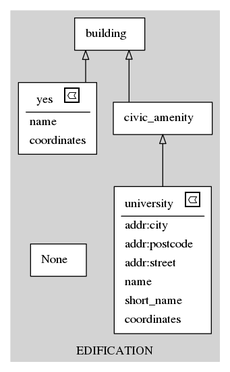
Above: schema.gv.png in vinisperandio/OSM2Diagram_optmizated (Graphviz), before the change. Its source is kept beside it as schema.gv.
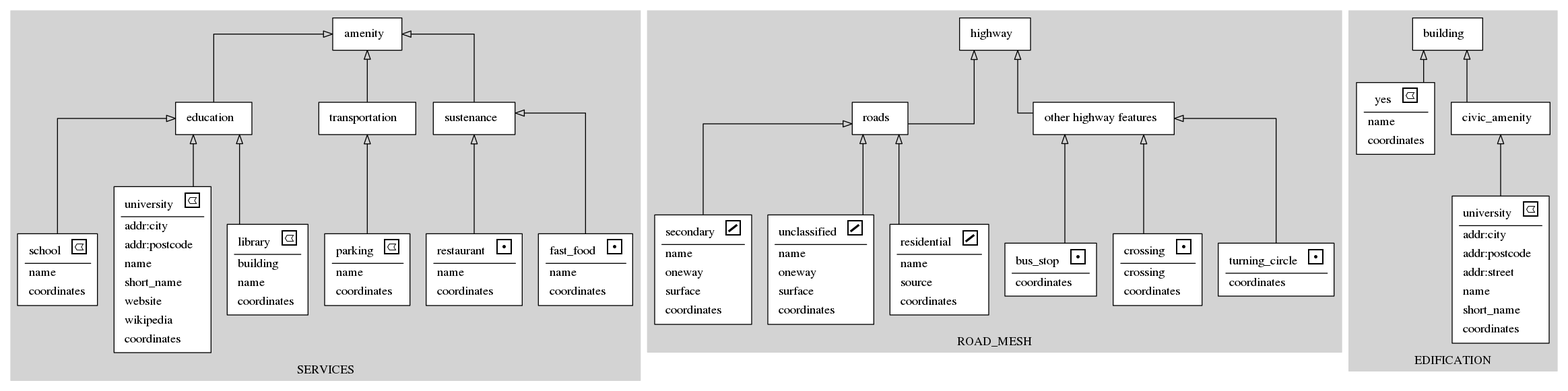
The same file after the commit.

The edit, as a diff of the source:
```diff
@@ -1,10 +1,267 @@
 digraph structs {
 	node [shape=box]
+	subgraph cluster_DIVERSION {
+		node [color=black style=filled]
+		color=lightgrey style=filled
+		label=DIVERSION
+	}
+	subgraph cluster_SERVICES {
+		node [color=black style=filled]
+		color=lightgrey style=filled
+		label=SERVICES
+		0[style = "filled, bold" penwidth = "1" fillcolor="white" label=<
+			<TABLE color="black" border="0">
+			 <TR>
+				<TD align="center"><font color="black">fast_food</font>
+				<font FACE="sigmoda" POINT-SIZE="20.0"> b</font></TD>
+			</TR>
+			<hr/>
+			<TR>
+				<TD align="left">name</TD>
+			 </TR>
+			<TR>
+				<TD align="left">coordinates</TD>
+			 </TR>
+			</TABLE>>]
+		1[style = "filled, bold" penwidth = "1" fillcolor="white" label=<
+			<TABLE color="black" border="0">
+			 <TR>
+				<TD align="center"><font color="black">amenity</font>  </TD>
+			</TR>
+			</TABLE>>]
+		2[style = "filled, bold" penwidth = "1" fillcolor="white" label=<
+			<TABLE color="black" border="0">
+			 <TR>
+				<TD align="center"><font color="black">restaurant</font>
+				<font FACE="sigmoda" POINT-SIZE="20.0"> b</font></TD>
+			</TR>
+			<hr/>
+			<TR>
+				<TD align="left">name</TD>
+			 </TR>
+			<TR>
+				<TD align="left">coordinates</TD>
+			 </TR>
+			</TABLE>>]
+		3[style = "filled, bold" penwidth = "1" fillcolor="white" label=<
+			<TABLE color="black" border="0">
+			 <TR>
+				<TD align="center"><font color="black">library</font>
+				<font FACE="sigmoda" POINT-SIZE="20.0"> e</font></TD>
+			</TR>
+			<hr/>
+			<TR>
+				<TD align="left">building</TD>
+			 </TR>
+			<TR>
+				<TD align="left">name</TD>
+			 </TR>
+			<TR>
+				<TD align="left">coordinates</TD>
+			 </TR>
+			</TABLE>>]
+		4[style = "filled, bold" penwidth = "1" fillcolor="white" label=<
+			<TABLE color="black" border="0">
+			 <TR>
+				<TD align="center"><font color="black">parking</font>
+				<font FACE="sigmoda" POINT-SIZE="20.0"> e</font></TD>
+			</TR>
+			<hr/>
+			<TR>
+				<TD align="left">name</TD>
+			 </TR>
+			<TR>
+				<TD align="left">coordinates</TD>
+			 </TR>
+			</TABLE>>]
+		5[style = "filled, bold" penwidth = "1" fillcolor="white" label=<
+			<TABLE color="black" border="0">
+			 <TR>
+				<TD align="center"><font color="black">university</font>
+				<font FACE="sigmoda" POINT-SIZE="20.0"> e</font></TD>
+			</TR>
+			<hr/>
+			<TR>
+				<TD align="left">addr:city</TD>
+			 </TR>
+			<TR>
+				<TD align="left">addr:postcode</TD>
+			 </TR>
+			<TR>
+				<TD align="left">name</TD>
+			 </TR>
+			<TR>
+				<TD align="left">short_name</TD>
+			 </TR>
+			<TR>
+				<TD align="left">website</TD>
+			 </TR>
+			<TR>
+				<TD align="left">wikipedia</TD>
+			 </TR>
+			<TR>
+				<TD align="left">coordinates</TD>
+			 </TR>
+			</TABLE>>]
+		6[style = "filled, bold" penwidth = "1" fillcolor="white" label=<
+			<TABLE color="black" border="0">
+			 <TR>
+				<TD align="center"><font color="black">school</font>
+				<font FACE="sigmoda" POINT-SIZE="20.0"> e</font></TD>
+			</TR>
+			<hr/>
+			<TR>
+				<TD align="left">name</TD>
+			 </TR>
+			<TR>
+				<TD align="left">coordinates</TD>
+			 </TR>
+			</TABLE>>]
+		7[style = "filled, bold" penwidth = "1" fillcolor="white" label=<
+			<TABLE color="black" border="0">
+			 <TR>
+				<TD align="center"><font color="black">sustenance</font>  </TD>
+			</TR>
+			</TABLE>>]
+		8[style = "filled, bold" penwidth = "1" fillcolor="white" label=<
+			<TABLE color="black" border="0">
+			 <TR>
+				<TD align="center"><font color="black">education</font>  </TD>
+			</TR>
+			</TABLE>>]
+		9[style = "filled, bold" penwidth = "1" fillcolor="white" label=<
+			<TABLE color="black" border="0">
+			 <TR>
+				<TD align="center"><font color="black">transportation</font>  </TD>
+			</TR>
+			</TABLE>>]
+	}
+	subgraph cluster_HEALTH {
+		node [color=black style=filled]
+		color=lightgrey style=filled
+		label=HEALTH
+	}
+	subgraph cluster_ROAD_MESH {
+		node [color=black style=filled]
+		color=lightgrey style=filled
+		label=ROAD_MESH
+		10[style = "filled, bold" penwidth = "1" fillcolor="white" label=<
+			<TABLE color="black" border="0">
+			 <TR>
+				<TD align="center"><font color="black">turning_circle</font>
+				<font FACE="sigmoda" POINT-SIZE="20.0"> b</font></TD>
+			</TR>
+			<hr/>
+			<TR>
+				<TD align="left">coordinates</TD>
+			 </TR>
+			</TABLE>>]
+		11[style = "filled, bold" penwidth = "1" fillcolor="white" label=<
+			<TABLE color="black" border="0">
+			 <TR>
+				<TD align="center"><font color="black">highway</font>  </TD>
+			</TR>
+			</TABLE>>]
+		12[style = "filled, bold" penwidth = "1" fillcolor="white" label=<
+			<TABLE color="black" border="0">
+			 <TR>
+				<TD align="center"><font color="black">crossing</font>
+				<font FACE="sigmoda" POINT-SIZE="20.0"> b</font></TD>
+			</TR>
+			<hr/>
+			<TR>
+				<TD align="left">crossing</TD>
+			 </TR>
+			<TR>
+				<TD align="left">coordinates</TD>
+			 </TR>
+			</TABLE>>]
+		13[style = "filled, bold" penwidth = "1" fillcolor="white" label=<
+			<TABLE color="black" border="0">
+			 <TR>
+				<TD align="center"><font color="black">bus_stop</font>
+				<font FACE="sigmoda" POINT-SIZE="20.0"> b</font></TD>
+			</TR>
+			<hr/>
+			<TR>
+				<TD align="left">coordinates</TD>
+			 </TR>
+			</TABLE>>]
+		14[style = "filled, bold" penwidth = "1" fillcolor="white" label=<
+			<TABLE color="black" border="0">
+			 <TR>
+				<TD align="center"><font color="black">residential</font>
+				<font FACE="sigmoda" POINT-SIZE="20.0"> w</font></TD>
+			</TR>
+			<hr/>
+			<TR>
+				<TD align="left">name</TD>
+			 </TR>
+			<TR>
+				<TD align="left">source</TD>
+			 </TR>
+			<TR>
+				<TD align="left">coordinates</TD>
+			 </TR>
+			</TABLE>>]
+		15[style = "filled, bold" penwidth = "1" fillcolor="white" label=<
+			<TABLE color="black" border="0">
+			 <TR>
+				<TD align="center"><font color="black">unclassified</font>
+				<font FACE="sigmoda" POINT-SIZE="20.0"> w</font></TD>
+			</TR>
+			<hr/>
+			<TR>
+				<TD align="left">name</TD>
+			 </TR>
+			<TR>
+				<TD align="left">oneway</TD>
+			 </TR>
+			<TR>
+				<TD align="left">surface</TD>
+			 </TR>
+			<TR>
+				<TD align="left">coordinates</TD>
+			 </TR>
+			</TABLE>>]
+		16[style = "filled, bold" penwidth = "1" fillcolor="white" label=<
+			<TABLE color="black" border="0">
+			 <TR>
+				<TD align="center"><font color="black">secondary</font>
+				<font FACE="sigmoda" POINT-SIZE="20.0"> w</font></TD>
+			</TR>
+			<hr/>
+			<TR>
+				<TD align="left">name</TD>
+			 </TR>
+			<TR>
+				<TD align="left">oneway</TD>
+			 </TR>
+			<TR>
+				<TD align="left">surface</TD>
+			 </TR>
+			<TR>
+				<TD align="left">coordinates</TD>
+			 </TR>
+			</TABLE>>]
+		17[style = "filled, bold" penwidth = "1" fillcolor="white" label=<
+			<TABLE color="black" border="0">
+			 <TR>
+				<TD align="center"><font color="black">other highway features</font>  </TD>
+			</TR>
+			</TABLE>>]
+		18[style = "filled, bold" penwidth = "1" fillcolor="white" label=<
+			<TABLE color="black" border="0">
+			 <TR>
+				<TD align="center"><font color="black">roads</font>  </TD>
+			</TR>
+			</TABLE>>]
+	}
 	subgraph cluster_EDIFICATION {
 		node [color=black style=filled]
 		color=lightgrey style=filled
 		label=EDIFICATION
-		0[style = "filled, bold" penwidth = "1" fillcolor="white" label=<
+		19[style = "filled, bold" penwidth = "1" fillcolor="white" label=<
 			<TABLE color="black" border="0">
 			 <TR>
 				<TD align="center"><font color="black">university</font>
@@ -30,13 +287,13 @@
 				<TD align="left">coordinates</TD>
 			 </TR>
 			</TABLE>>]
-		1[style = "filled, bold" penwidth = "1" fillcolor="white" label=<
+		20[style = "filled, bold" penwidth = "1" fillcolor="white" label=<
 			<TABLE color="black" border="0">
 			 <TR>
 				<TD align="center"><font color="black">building</font>  </TD>
 			</TR>
 			</TABLE>>]
-		2[style = "filled, bold" penwidth = "1" fillcolor="white" label=<
+		21[style = "filled, bold" penwidth = "1" fillcolor="white" label=<
 			<TABLE color="black" border="0">
 			 <TR>
 				<TD align="center"><font color="black">yes</font>
@@ -50,22 +307,33 @@
 				<TD align="left">coordinates</TD>
 			 </TR>
 			</TABLE>>]
-		3[style = "filled, bold" penwidth = "1" fillcolor="white" label=<
+		22[style = "filled, bold" penwidth = "1" fillcolor="white" label=<
 			<TABLE color="black" border="0">
 			 <TR>
 				<TD align="center"><font color="black">civic_amenity</font>  </TD>
 			</TR>
 			</TABLE>>]
-		4[style = "filled, bold" penwidth = "1" fillcolor="white" label=<
-			<TABLE color="black" border="0">
-			 <TR>
-				<TD align="center"><font color="black">None</font>  </TD>
-			</TR>
-			</TABLE>>]
 	}
-		0 -> 3[arrowhead=onormal]
-		2 -> 1[arrowhead=onormal]
-		3 -> 1[arrowhead=onormal]
+		0 -> 7[arrowhead=onormal]
+		2 -> 7[arrowhead=onormal]
+		3 -> 8[arrowhead=onormal]
+		4 -> 9[arrowhead=onormal]
+		5 -> 8[arrowhead=onormal]
+		6 -> 8[arrowhead=onormal]
+		7 -> 1[arrowhead=onormal]
+		8 -> 1[arrowhead=onormal]
+		9 -> 1[arrowhead=onormal]
+		10 -> 17[arrowhead=onormal]
+		12 -> 17[arrowhead=onormal]
+		13 -> 17[arrowhead=onormal]
+		14 -> 18[arrowhead=onormal]
+		15 -> 18[arrowhead=onormal]
+		16 -> 18[arrowhead=onormal]
+		17 -> 11[arrowhead=onormal]
+		18 -> 11[arrowhead=onormal]
+		19 -> 22[arrowhead=onormal]
+		21 -> 20[arrowhead=onormal]
+		22 -> 20[arrowhead=onormal]
 	rankdir=BT
 	splines=ortho
 }
```
